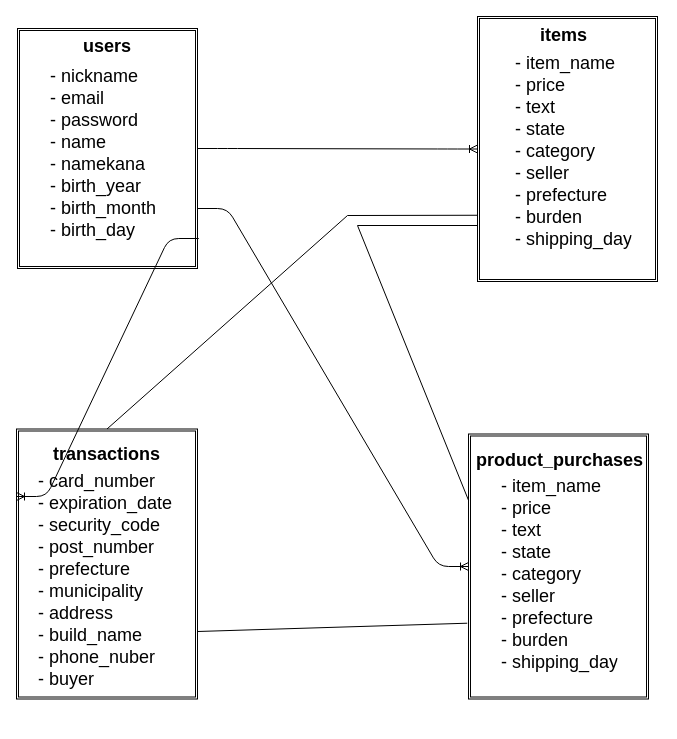
The draw.io diagram furima.dio in aseat/furima-31536, before the edit. Source tidied: cells renumbered, new cells numbered last; positions are measured from the earlier drawing's top-left corner, leaving out a move shared by most shapes. Both pictures are drawn from the tidied source at 100%, with x=0, y=0 at pixel (16, 16).
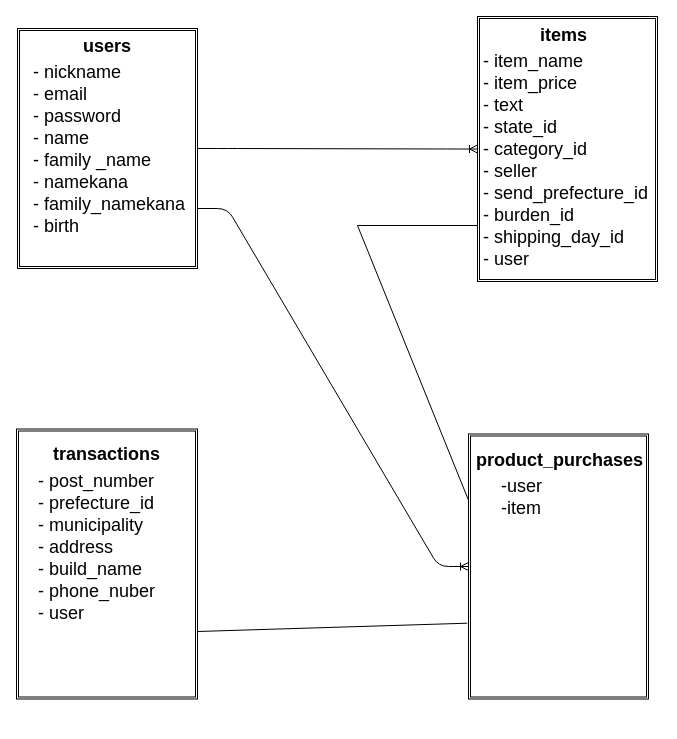
After the change.

The change refers to these unchanged cells:
```xml
<mxCell id="2" style="shape=ext;double=1;rounded=0;whiteSpace=wrap;html=1;" parent="1" vertex="1">
  <mxGeometry x="1" y="12" width="180" height="240" as="geometry" />
</mxCell>
<mxCell id="3" style="shape=ext;double=1;rounded=0;whiteSpace=wrap;html=1;" parent="1" vertex="1">
  <mxGeometry x="461" width="180" height="265" as="geometry" />
</mxCell>
<mxCell id="4" style="shape=ext;double=1;rounded=0;whiteSpace=wrap;html=1;" parent="1" vertex="1">
  <mxGeometry y="412.5" width="181" height="270" as="geometry" />
</mxCell>
```

Diff of the diagram source:
```diff
@@
-    <mxCell id="6" value="- nickname&#10;- email&#10;- password&#10;- name&#10;- namekana &#10;- birth_year&#10;- birth_month&#10;- birth_day" style="text;strokeColor=none;fillColor=none;align=left;verticalAlign=top;spacingLeft=4;spacingRight=4;overflow=hidden;fontSize=18;" parent="1" vertex="1">
-      <mxGeometry x="28" y="42" width="126" height="190" as="geometry" />
+    <mxCell id="6" value="- nickname&#10;- email&#10;- password&#10;- name&#10;- family _name&#10;- namekana &#10;- family_namekana&#10;- birth" style="text;strokeColor=none;fillColor=none;align=left;verticalAlign=top;spacingLeft=4;spacingRight=4;overflow=hidden;fontSize=18;" parent="1" vertex="1">
+      <mxGeometry x="11" y="38" width="170" height="190" as="geometry" />
     </mxCell>
-    <mxCell id="7" value="- item_name&#10;- price&#10;- text&#10;- state&#10;- category &#10;- seller&#10;- prefecture&#10;- burden&#10;- shipping_day" style="text;strokeColor=none;fillColor=none;align=left;verticalAlign=top;spacingLeft=4;spacingRight=4;overflow=hidden;fontSize=18;" parent="1" vertex="1">
-      <mxGeometry x="493" y="29" width="126" height="206" as="geometry" />
+    <mxCell id="7" value="- item_name&#10;- item_price&#10;- text&#10;- state_id&#10;- category_id &#10;- seller&#10;- send_prefecture_id&#10;- burden_id&#10;- shipping_day_id&#10;- user" style="text;strokeColor=none;fillColor=none;align=left;verticalAlign=top;spacingLeft=4;spacingRight=4;overflow=hidden;fontSize=18;" parent="1" vertex="1">
+      <mxGeometry x="461" y="27" width="180" height="243" as="geometry" />
     </mxCell>
@@
-    <mxCell id="10" value="- card_number&#10;- expiration_date&#10;- security_code&#10;- post_number&#10;- prefecture&#10;- municipality&#10;- address&#10;- build_name&#10;- phone_nuber&#10;- buyer" style="text;strokeColor=none;fillColor=none;align=left;verticalAlign=top;spacingLeft=4;spacingRight=4;overflow=hidden;fontSize=18;" parent="1" vertex="1">
+    <mxCell id="10" value="- post_number&#10;- prefecture_id&#10;- municipality&#10;- address&#10;- build_name&#10;- phone_nuber&#10;- user" style="text;strokeColor=none;fillColor=none;align=left;verticalAlign=top;spacingLeft=4;spacingRight=4;overflow=hidden;fontSize=18;" parent="1" vertex="1">
       <mxGeometry x="16" y="446.5" width="149" height="260" as="geometry" />
     </mxCell>
@@
-    <mxCell id="12" style="endArrow=none;html=1;rounded=0;fontSize=18;entryX=0;entryY=0.75;entryDx=0;entryDy=0;exitX=0.5;exitY=0;exitDx=0;exitDy=0;" parent="1" edge="1" source="4" target="3">
-      <mxGeometry relative="1" as="geometry">
-        <Array as="points">
-          <mxPoint x="331" y="199" />
-        </Array>
-      </mxGeometry>
-    </mxCell>
@@
-    <mxCell id="14" value="- item_name&#10;- price&#10;- text&#10;- state&#10;- category &#10;- seller&#10;- prefecture&#10;- burden&#10;- shipping_day" style="text;strokeColor=none;fillColor=none;align=left;verticalAlign=top;spacingLeft=4;spacingRight=4;overflow=hidden;fontSize=18;" parent="1" vertex="1">
+    <mxCell id="14" value="-user&#10;-item" style="text;strokeColor=none;fillColor=none;align=left;verticalAlign=top;spacingLeft=4;spacingRight=4;overflow=hidden;fontSize=18;" parent="1" vertex="1">
       <mxGeometry x="479" y="452" width="126" height="206" as="geometry" />
     </mxCell>
@@
-    <mxCell id="16" style="edgeStyle=entityRelationEdgeStyle;fontSize=12;html=1;endArrow=ERoneToMany;entryX=0;entryY=0.25;entryDx=0;entryDy=0;exitX=1.007;exitY=0.875;exitDx=0;exitDy=0;exitPerimeter=0;" parent="1" edge="1" source="2" target="4">
-      <mxGeometry relative="1" as="geometry" />
-    </mxCell>
```
